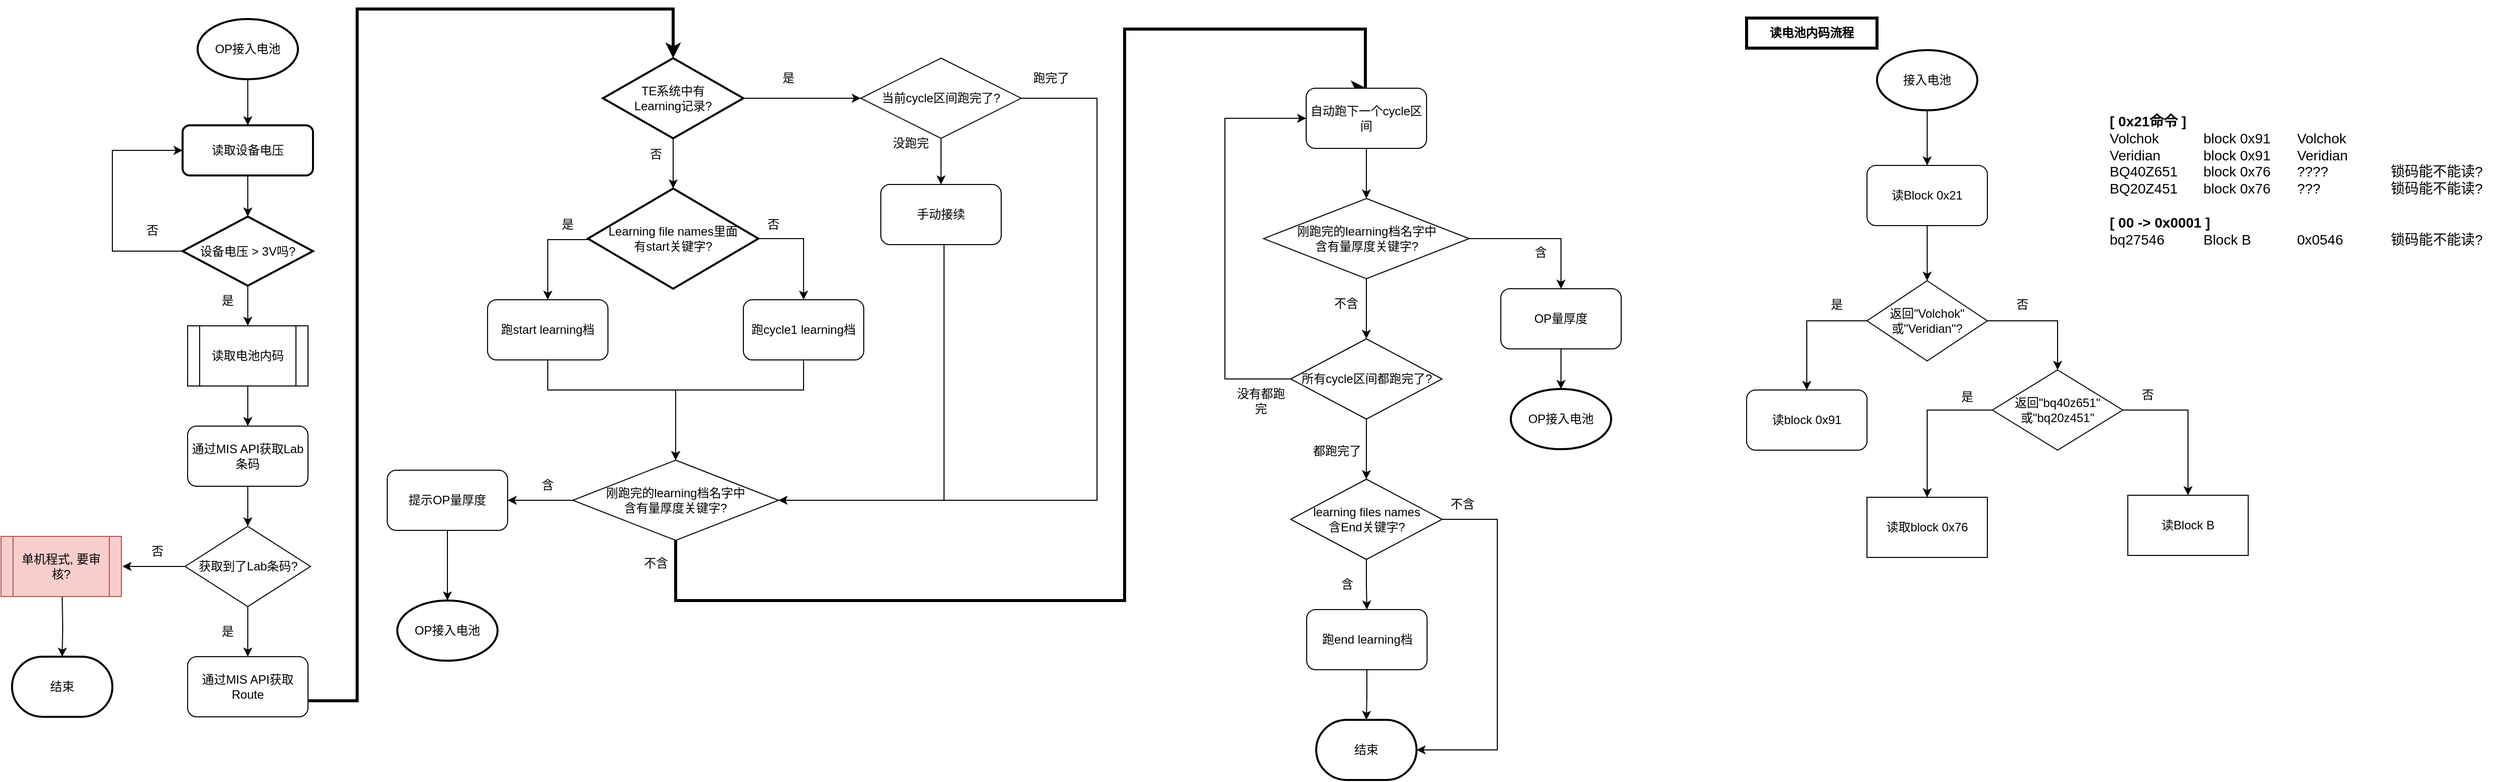
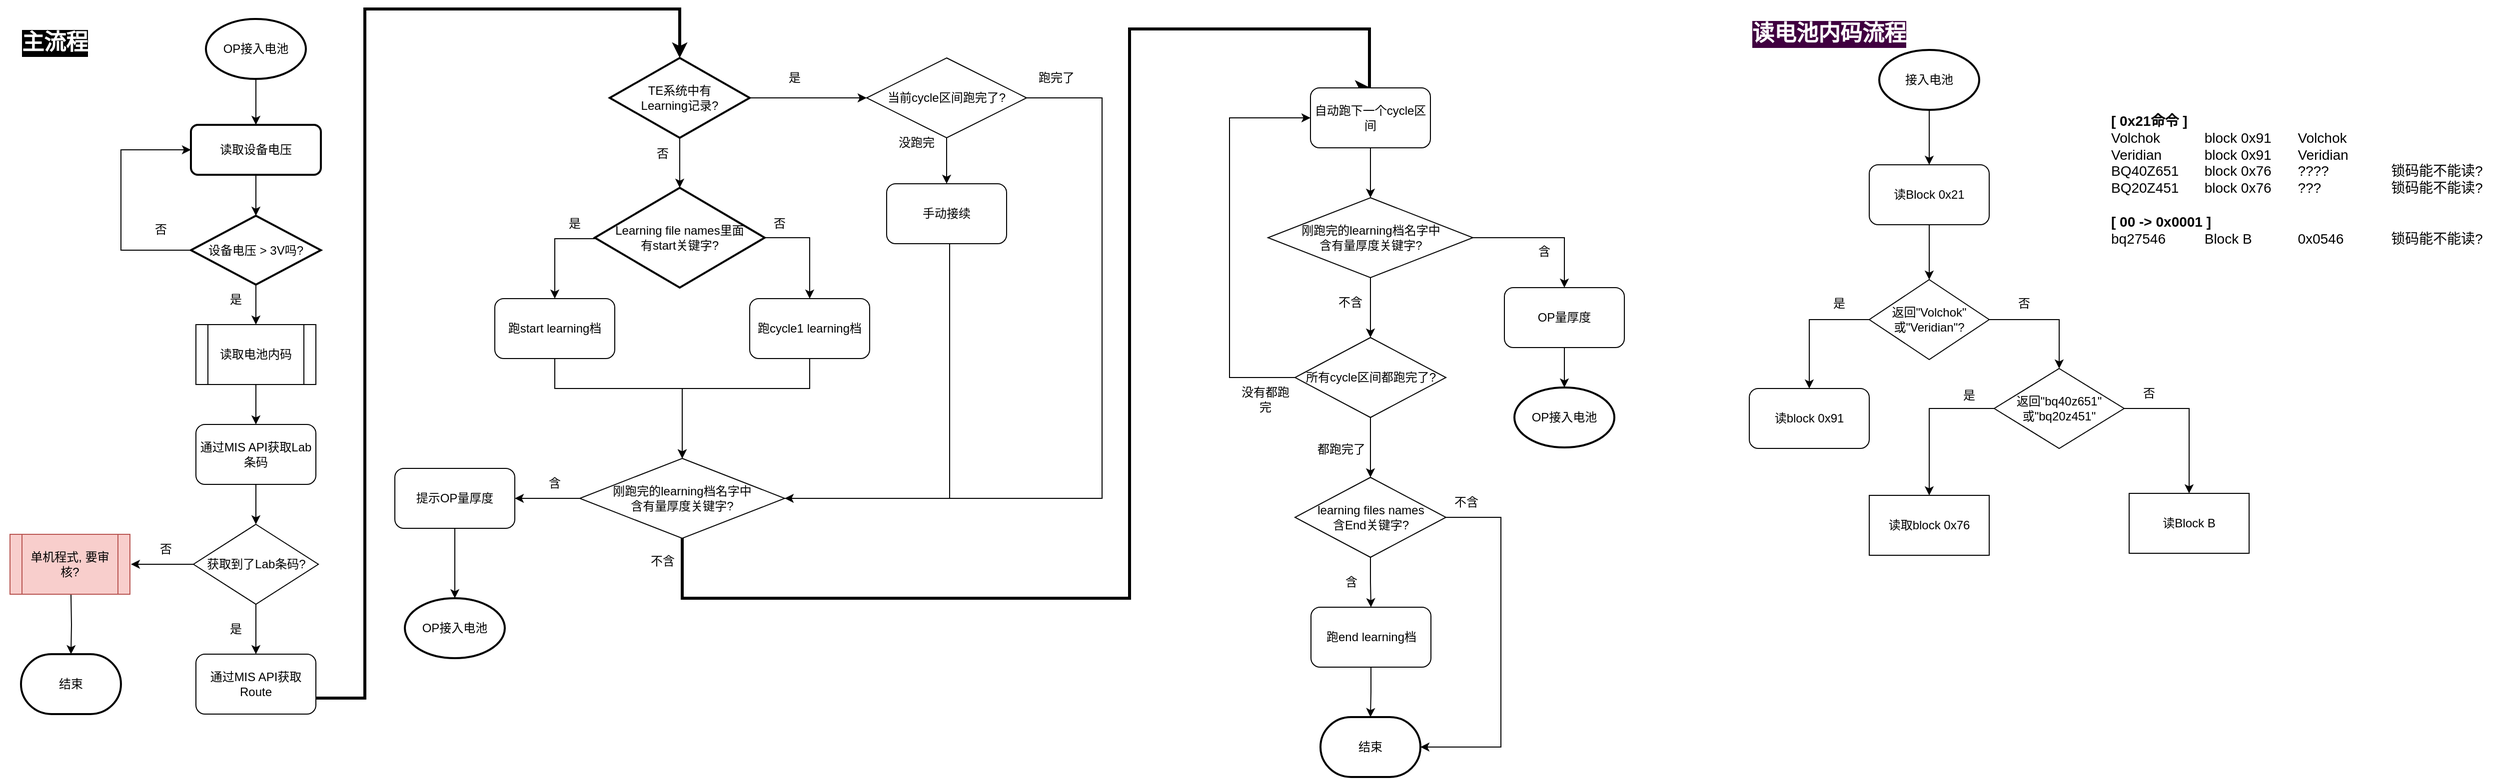
<mxfile host="app.diagrams.net">
  <diagram name="第 1 页" id="3HldnIOuQtLrwHUO-1mN">
    <mxGraphModel dx="1318" dy="774" grid="1" gridSize="10" guides="1" tooltips="1" connect="1" arrows="1" fold="1" page="1" pageScale="1" pageWidth="1169" pageHeight="827" background="#FFFFFF" math="0" shadow="0">
      <root>
        <mxCell id="0" />
        <mxCell id="1" parent="0" />
        <mxCell id="qRa3hty1LtdxE0hFs_0w-8" edge="1" parent="1" source="qRa3hty1LtdxE0hFs_0w-4" style="edgeStyle=orthogonalEdgeStyle;rounded=0;orthogonalLoop=1;jettySize=auto;html=1;" target="qRa3hty1LtdxE0hFs_0w-6" value="">
          <mxGeometry relative="1" as="geometry" />
        </mxCell>
        <mxCell id="qRa3hty1LtdxE0hFs_0w-4" parent="1" style="strokeWidth=2;html=1;shape=mxgraph.flowchart.start_1;whiteSpace=wrap;" value="OP接入电池" vertex="1">
          <mxGeometry height="60" width="100" x="216" y="20" as="geometry" />
        </mxCell>
        <mxCell id="qRa3hty1LtdxE0hFs_0w-9" edge="1" parent="1" source="qRa3hty1LtdxE0hFs_0w-6" style="edgeStyle=orthogonalEdgeStyle;rounded=0;orthogonalLoop=1;jettySize=auto;html=1;" target="qRa3hty1LtdxE0hFs_0w-7" value="">
          <mxGeometry relative="1" as="geometry" />
        </mxCell>
        <mxCell id="qRa3hty1LtdxE0hFs_0w-6" parent="1" style="rounded=1;whiteSpace=wrap;html=1;absoluteArcSize=1;arcSize=14;strokeWidth=2;" value="读取设备电压" vertex="1">
          <mxGeometry height="50" width="130" x="201" y="126" as="geometry" />
        </mxCell>
        <mxCell id="qRa3hty1LtdxE0hFs_0w-14" edge="1" parent="1" source="qRa3hty1LtdxE0hFs_0w-7" style="edgeStyle=orthogonalEdgeStyle;rounded=0;orthogonalLoop=1;jettySize=auto;html=1;" target="qRa3hty1LtdxE0hFs_0w-13" value="">
          <mxGeometry relative="1" as="geometry" />
        </mxCell>
        <mxCell id="qRa3hty1LtdxE0hFs_0w-25" edge="1" parent="1" source="qRa3hty1LtdxE0hFs_0w-7" style="edgeStyle=orthogonalEdgeStyle;rounded=0;orthogonalLoop=1;jettySize=auto;html=1;entryX=0;entryY=0.5;entryDx=0;entryDy=0;" target="qRa3hty1LtdxE0hFs_0w-6">
          <mxGeometry relative="1" as="geometry">
            <Array as="points">
              <mxPoint x="131" y="252" />
              <mxPoint x="131" y="151" />
            </Array>
            <mxPoint x="411" y="146" as="targetPoint" />
          </mxGeometry>
        </mxCell>
        <mxCell id="qRa3hty1LtdxE0hFs_0w-7" parent="1" style="strokeWidth=2;html=1;shape=mxgraph.flowchart.decision;whiteSpace=wrap;" value="设备电压 &amp;gt; 3V吗?" vertex="1">
          <mxGeometry height="69" width="130" x="201" y="217" as="geometry" />
        </mxCell>
        <mxCell id="qRa3hty1LtdxE0hFs_0w-11" parent="1" style="text;html=1;whiteSpace=wrap;strokeColor=none;fillColor=none;align=center;verticalAlign=middle;rounded=0;" value="&lt;div&gt;否&lt;/div&gt;" vertex="1">
          <mxGeometry height="30" width="60" x="141" y="216" as="geometry" />
        </mxCell>
        <mxCell id="qRa3hty1LtdxE0hFs_0w-12" parent="1" style="text;html=1;whiteSpace=wrap;strokeColor=none;fillColor=none;align=center;verticalAlign=middle;rounded=0;" value="&lt;div&gt;是&lt;/div&gt;" vertex="1">
          <mxGeometry height="30" width="60" x="216" y="286" as="geometry" />
        </mxCell>
        <mxCell id="qRa3hty1LtdxE0hFs_0w-16" edge="1" parent="1" source="qRa3hty1LtdxE0hFs_0w-13" style="edgeStyle=orthogonalEdgeStyle;rounded=0;orthogonalLoop=1;jettySize=auto;html=1;" target="qRa3hty1LtdxE0hFs_0w-15" value="">
          <mxGeometry relative="1" as="geometry" />
        </mxCell>
        <mxCell id="qRa3hty1LtdxE0hFs_0w-13" parent="1" style="shape=process;whiteSpace=wrap;html=1;backgroundOutline=1;" value="读取电池内码" vertex="1">
          <mxGeometry height="60" width="120" x="206" y="326" as="geometry" />
        </mxCell>
        <mxCell id="qRa3hty1LtdxE0hFs_0w-20" edge="1" parent="1" source="qRa3hty1LtdxE0hFs_0w-15" style="edgeStyle=orthogonalEdgeStyle;rounded=0;orthogonalLoop=1;jettySize=auto;html=1;" target="qRa3hty1LtdxE0hFs_0w-19" value="">
          <mxGeometry relative="1" as="geometry" />
        </mxCell>
        <mxCell id="qRa3hty1LtdxE0hFs_0w-15" parent="1" style="rounded=1;whiteSpace=wrap;html=1;" value="通过MIS API获取Lab条码" vertex="1">
          <mxGeometry height="60" width="120" x="206" y="426" as="geometry" />
        </mxCell>
        <mxCell id="qRa3hty1LtdxE0hFs_0w-31" edge="1" parent="1" source="qRa3hty1LtdxE0hFs_0w-17" style="edgeStyle=orthogonalEdgeStyle;rounded=0;orthogonalLoop=1;jettySize=auto;html=1;entryX=0.5;entryY=0;entryDx=0;entryDy=0;entryPerimeter=0;strokeWidth=3;" target="qRa3hty1LtdxE0hFs_0w-30" value="">
          <mxGeometry relative="1" as="geometry">
            <Array as="points">
              <mxPoint x="375" y="700" />
              <mxPoint x="375" y="10" />
              <mxPoint x="690" y="10" />
            </Array>
          </mxGeometry>
        </mxCell>
        <mxCell id="qRa3hty1LtdxE0hFs_0w-17" parent="1" style="rounded=1;whiteSpace=wrap;html=1;" value="通过MIS API获取Route" vertex="1">
          <mxGeometry height="60" width="120" x="206" y="656" as="geometry" />
        </mxCell>
        <mxCell id="qRa3hty1LtdxE0hFs_0w-21" edge="1" parent="1" source="qRa3hty1LtdxE0hFs_0w-19" style="edgeStyle=orthogonalEdgeStyle;rounded=0;orthogonalLoop=1;jettySize=auto;html=1;" target="qRa3hty1LtdxE0hFs_0w-17" value="">
          <mxGeometry relative="1" as="geometry" />
        </mxCell>
        <mxCell id="qRa3hty1LtdxE0hFs_0w-27" edge="1" parent="1" source="qRa3hty1LtdxE0hFs_0w-19" style="edgeStyle=orthogonalEdgeStyle;rounded=0;orthogonalLoop=1;jettySize=auto;html=1;" value="">
          <mxGeometry relative="1" as="geometry">
            <mxPoint x="141" y="566" as="targetPoint" />
          </mxGeometry>
        </mxCell>
        <mxCell id="qRa3hty1LtdxE0hFs_0w-19" parent="1" style="rhombus;whiteSpace=wrap;html=1;" value="获取到了Lab条码?" vertex="1">
          <mxGeometry height="80" width="125" x="203.5" y="526" as="geometry" />
        </mxCell>
        <mxCell id="qRa3hty1LtdxE0hFs_0w-22" parent="1" style="text;html=1;whiteSpace=wrap;strokeColor=none;fillColor=none;align=center;verticalAlign=middle;rounded=0;" value="是" vertex="1">
          <mxGeometry height="30" width="60" x="216" y="616" as="geometry" />
        </mxCell>
        <mxCell id="qRa3hty1LtdxE0hFs_0w-29" edge="1" parent="1" style="edgeStyle=orthogonalEdgeStyle;rounded=0;orthogonalLoop=1;jettySize=auto;html=1;" target="qRa3hty1LtdxE0hFs_0w-28" value="">
          <mxGeometry relative="1" as="geometry">
            <mxPoint x="81" y="596" as="sourcePoint" />
          </mxGeometry>
        </mxCell>
        <mxCell id="qRa3hty1LtdxE0hFs_0w-26" parent="1" style="shape=process;whiteSpace=wrap;html=1;backgroundOutline=1;fillColor=#f8cecc;strokeColor=#b85450;" value="单机程式, 要审核?" vertex="1">
          <mxGeometry height="60" width="120" x="20" y="536" as="geometry" />
        </mxCell>
        <mxCell id="qRa3hty1LtdxE0hFs_0w-28" parent="1" style="strokeWidth=2;html=1;shape=mxgraph.flowchart.terminator;whiteSpace=wrap;" value="结束" vertex="1">
          <mxGeometry height="60" width="100" x="31" y="656" as="geometry" />
        </mxCell>
        <mxCell id="qRa3hty1LtdxE0hFs_0w-34" edge="1" parent="1" source="qRa3hty1LtdxE0hFs_0w-30" style="edgeStyle=orthogonalEdgeStyle;rounded=0;orthogonalLoop=1;jettySize=auto;html=1;" target="qRa3hty1LtdxE0hFs_0w-33" value="">
          <mxGeometry relative="1" as="geometry" />
        </mxCell>
        <mxCell id="qRa3hty1LtdxE0hFs_0w-38" edge="1" parent="1" source="qRa3hty1LtdxE0hFs_0w-30" style="edgeStyle=orthogonalEdgeStyle;rounded=0;orthogonalLoop=1;jettySize=auto;html=1;" target="qRa3hty1LtdxE0hFs_0w-37" value="">
          <mxGeometry relative="1" as="geometry" />
        </mxCell>
        <mxCell id="qRa3hty1LtdxE0hFs_0w-30" parent="1" style="strokeWidth=2;html=1;shape=mxgraph.flowchart.decision;whiteSpace=wrap;" value="&lt;div&gt;TE系统中有&lt;/div&gt;&lt;div&gt;Learning记录?&lt;/div&gt;" vertex="1">
          <mxGeometry height="80" width="140" x="620" y="59" as="geometry" />
        </mxCell>
        <mxCell id="qRa3hty1LtdxE0hFs_0w-45" edge="1" parent="1" source="qRa3hty1LtdxE0hFs_0w-33" style="edgeStyle=orthogonalEdgeStyle;rounded=0;orthogonalLoop=1;jettySize=auto;html=1;" target="qRa3hty1LtdxE0hFs_0w-44" value="">
          <mxGeometry relative="1" as="geometry">
            <Array as="points">
              <mxPoint x="565" y="240" />
            </Array>
          </mxGeometry>
        </mxCell>
        <mxCell id="qRa3hty1LtdxE0hFs_0w-67" edge="1" parent="1" source="qRa3hty1LtdxE0hFs_0w-33" style="edgeStyle=orthogonalEdgeStyle;rounded=0;orthogonalLoop=1;jettySize=auto;html=1;entryX=0.5;entryY=0;entryDx=0;entryDy=0;exitX=1;exitY=0.5;exitDx=0;exitDy=0;exitPerimeter=0;" target="qRa3hty1LtdxE0hFs_0w-66">
          <mxGeometry relative="1" as="geometry" />
        </mxCell>
        <mxCell id="qRa3hty1LtdxE0hFs_0w-33" parent="1" style="strokeWidth=2;html=1;shape=mxgraph.flowchart.decision;whiteSpace=wrap;" value="&lt;div&gt;Learning file names里面&lt;/div&gt;&lt;div&gt;有start关键字?&lt;/div&gt;" vertex="1">
          <mxGeometry height="100" width="170" x="605" y="189" as="geometry" />
        </mxCell>
        <mxCell id="qRa3hty1LtdxE0hFs_0w-35" parent="1" style="text;html=1;whiteSpace=wrap;strokeColor=none;fillColor=none;align=center;verticalAlign=middle;rounded=0;" value="否" vertex="1">
          <mxGeometry height="30" width="60" x="642.5" y="140" as="geometry" />
        </mxCell>
        <mxCell id="qRa3hty1LtdxE0hFs_0w-36" parent="1" style="text;html=1;whiteSpace=wrap;strokeColor=none;fillColor=none;align=center;verticalAlign=middle;rounded=0;" value="是" vertex="1">
          <mxGeometry height="30" width="60" x="775" y="64" as="geometry" />
        </mxCell>
        <mxCell id="qRa3hty1LtdxE0hFs_0w-40" edge="1" parent="1" source="qRa3hty1LtdxE0hFs_0w-37" style="edgeStyle=orthogonalEdgeStyle;rounded=0;orthogonalLoop=1;jettySize=auto;html=1;" target="qRa3hty1LtdxE0hFs_0w-39" value="">
          <mxGeometry relative="1" as="geometry" />
        </mxCell>
        <mxCell id="qRa3hty1LtdxE0hFs_0w-115" edge="1" parent="1" style="edgeStyle=orthogonalEdgeStyle;rounded=0;orthogonalLoop=1;jettySize=auto;html=1;entryX=1;entryY=0.5;entryDx=0;entryDy=0;">
          <mxGeometry relative="1" as="geometry">
            <Array as="points">
              <mxPoint x="1112.5" y="99" />
              <mxPoint x="1112.5" y="500" />
            </Array>
            <mxPoint x="1022.5" y="99" as="sourcePoint" />
            <mxPoint x="767.5" y="500" as="targetPoint" />
          </mxGeometry>
        </mxCell>
        <mxCell id="qRa3hty1LtdxE0hFs_0w-37" parent="1" style="rhombus;whiteSpace=wrap;html=1;" value="当前cycle区间跑完了?" vertex="1">
          <mxGeometry height="80" width="160" x="877" y="59" as="geometry" />
        </mxCell>
        <mxCell id="qRa3hty1LtdxE0hFs_0w-74" edge="1" parent="1" source="qRa3hty1LtdxE0hFs_0w-39" style="edgeStyle=orthogonalEdgeStyle;rounded=0;orthogonalLoop=1;jettySize=auto;html=1;entryX=1;entryY=0.5;entryDx=0;entryDy=0;exitX=0.5;exitY=1;exitDx=0;exitDy=0;" target="qRa3hty1LtdxE0hFs_0w-49">
          <mxGeometry relative="1" as="geometry">
            <Array as="points">
              <mxPoint x="960" y="245" />
              <mxPoint x="960" y="500" />
            </Array>
            <mxPoint x="1005" y="240" as="sourcePoint" />
          </mxGeometry>
        </mxCell>
        <mxCell id="qRa3hty1LtdxE0hFs_0w-39" parent="1" style="rounded=1;whiteSpace=wrap;html=1;" value="手动接续" vertex="1">
          <mxGeometry height="60" width="120" x="897" y="185" as="geometry" />
        </mxCell>
        <mxCell id="qRa3hty1LtdxE0hFs_0w-41" parent="1" style="text;html=1;whiteSpace=wrap;strokeColor=none;fillColor=none;align=center;verticalAlign=middle;rounded=0;" value="没跑完" vertex="1">
          <mxGeometry height="30" width="60" x="897" y="129" as="geometry" />
        </mxCell>
        <mxCell id="qRa3hty1LtdxE0hFs_0w-71" edge="1" parent="1" source="qRa3hty1LtdxE0hFs_0w-44" style="edgeStyle=orthogonalEdgeStyle;rounded=0;orthogonalLoop=1;jettySize=auto;html=1;entryX=0.5;entryY=0;entryDx=0;entryDy=0;" target="qRa3hty1LtdxE0hFs_0w-49">
          <mxGeometry relative="1" as="geometry">
            <Array as="points">
              <mxPoint x="565" y="390" />
              <mxPoint x="693" y="390" />
            </Array>
          </mxGeometry>
        </mxCell>
        <mxCell id="qRa3hty1LtdxE0hFs_0w-44" parent="1" style="rounded=1;whiteSpace=wrap;html=1;" value="跑start learning档" vertex="1">
          <mxGeometry height="60" width="120" x="505" y="300" as="geometry" />
        </mxCell>
        <mxCell id="qRa3hty1LtdxE0hFs_0w-46" parent="1" style="text;html=1;whiteSpace=wrap;strokeColor=none;fillColor=none;align=center;verticalAlign=middle;rounded=0;" value="是" vertex="1">
          <mxGeometry height="30" width="60" x="555" y="210" as="geometry" />
        </mxCell>
        <mxCell id="qRa3hty1LtdxE0hFs_0w-52" edge="1" parent="1" source="qRa3hty1LtdxE0hFs_0w-49" style="edgeStyle=orthogonalEdgeStyle;rounded=0;orthogonalLoop=1;jettySize=auto;html=1;" target="qRa3hty1LtdxE0hFs_0w-51" value="">
          <mxGeometry relative="1" as="geometry" />
        </mxCell>
        <mxCell id="qRa3hty1LtdxE0hFs_0w-129" edge="1" parent="1" source="qRa3hty1LtdxE0hFs_0w-49" style="edgeStyle=orthogonalEdgeStyle;rounded=0;orthogonalLoop=1;jettySize=auto;html=1;entryX=0.5;entryY=0;entryDx=0;entryDy=0;exitX=0.5;exitY=1;exitDx=0;exitDy=0;strokeWidth=3;" target="qRa3hty1LtdxE0hFs_0w-55">
          <mxGeometry relative="1" as="geometry">
            <Array as="points">
              <mxPoint x="692" y="600" />
              <mxPoint x="1140" y="600" />
              <mxPoint x="1140" y="30" />
              <mxPoint x="1380" y="30" />
              <mxPoint x="1380" y="89" />
            </Array>
          </mxGeometry>
        </mxCell>
        <mxCell id="qRa3hty1LtdxE0hFs_0w-49" parent="1" style="rhombus;whiteSpace=wrap;html=1;" value="&lt;div&gt;刚跑完的learning档名字中&lt;/div&gt;&lt;div&gt;含有量厚度关键字?&lt;/div&gt;" vertex="1">
          <mxGeometry height="80" width="205" x="590" y="460" as="geometry" />
        </mxCell>
        <mxCell id="qRa3hty1LtdxE0hFs_0w-102" edge="1" parent="1" source="qRa3hty1LtdxE0hFs_0w-51" style="edgeStyle=orthogonalEdgeStyle;rounded=0;orthogonalLoop=1;jettySize=auto;html=1;" target="qRa3hty1LtdxE0hFs_0w-101" value="">
          <mxGeometry relative="1" as="geometry" />
        </mxCell>
        <mxCell id="qRa3hty1LtdxE0hFs_0w-51" parent="1" style="rounded=1;whiteSpace=wrap;html=1;" value="提示OP量厚度" vertex="1">
          <mxGeometry height="60" width="120" x="405" y="470" as="geometry" />
        </mxCell>
        <mxCell id="qRa3hty1LtdxE0hFs_0w-53" parent="1" style="text;html=1;whiteSpace=wrap;strokeColor=none;fillColor=none;align=center;verticalAlign=middle;rounded=0;" value="&lt;div&gt;含&lt;/div&gt;" vertex="1">
          <mxGeometry height="30" width="60" x="535" y="470" as="geometry" />
        </mxCell>
        <mxCell id="qRa3hty1LtdxE0hFs_0w-130" edge="1" parent="1" source="qRa3hty1LtdxE0hFs_0w-55" style="edgeStyle=orthogonalEdgeStyle;rounded=0;orthogonalLoop=1;jettySize=auto;html=1;" target="qRa3hty1LtdxE0hFs_0w-88" value="">
          <mxGeometry relative="1" as="geometry" />
        </mxCell>
        <mxCell id="qRa3hty1LtdxE0hFs_0w-55" parent="1" style="rounded=1;whiteSpace=wrap;html=1;" value="自动跑下一个cycle区间" vertex="1">
          <mxGeometry height="60" width="120" x="1321" y="89" as="geometry" />
        </mxCell>
        <mxCell id="qRa3hty1LtdxE0hFs_0w-57" parent="1" style="text;html=1;whiteSpace=wrap;strokeColor=none;fillColor=none;align=center;verticalAlign=middle;rounded=0;" value="否" vertex="1">
          <mxGeometry height="30" width="60" x="146" y="536" as="geometry" />
        </mxCell>
        <mxCell id="qRa3hty1LtdxE0hFs_0w-58" parent="1" style="text;html=1;whiteSpace=wrap;strokeColor=none;fillColor=none;align=center;verticalAlign=middle;rounded=0;" value="跑完了" vertex="1">
          <mxGeometry height="30" width="60" x="1037" y="64" as="geometry" />
        </mxCell>
        <mxCell id="qRa3hty1LtdxE0hFs_0w-73" edge="1" parent="1" source="qRa3hty1LtdxE0hFs_0w-66" style="edgeStyle=orthogonalEdgeStyle;rounded=0;orthogonalLoop=1;jettySize=auto;html=1;entryX=0.5;entryY=0;entryDx=0;entryDy=0;" target="qRa3hty1LtdxE0hFs_0w-49">
          <mxGeometry relative="1" as="geometry">
            <Array as="points">
              <mxPoint x="820" y="390" />
              <mxPoint x="693" y="390" />
            </Array>
          </mxGeometry>
        </mxCell>
        <mxCell id="qRa3hty1LtdxE0hFs_0w-66" parent="1" style="rounded=1;whiteSpace=wrap;html=1;" value="跑cycle1 learning档" vertex="1">
          <mxGeometry height="60" width="120" x="760" y="300" as="geometry" />
        </mxCell>
        <mxCell id="qRa3hty1LtdxE0hFs_0w-68" parent="1" style="text;html=1;whiteSpace=wrap;strokeColor=none;fillColor=none;align=center;verticalAlign=middle;rounded=0;" value="否" vertex="1">
          <mxGeometry height="30" width="60" x="760" y="210" as="geometry" />
        </mxCell>
        <mxCell id="qRa3hty1LtdxE0hFs_0w-75" parent="1" style="text;html=1;whiteSpace=wrap;strokeColor=none;fillColor=none;align=center;verticalAlign=middle;rounded=0;" value="不含" vertex="1">
          <mxGeometry height="30" width="60" x="642.5" y="548" as="geometry" />
        </mxCell>
        <mxCell id="qRa3hty1LtdxE0hFs_0w-132" edge="1" parent="1" source="qRa3hty1LtdxE0hFs_0w-88" style="edgeStyle=orthogonalEdgeStyle;rounded=0;orthogonalLoop=1;jettySize=auto;html=1;" target="qRa3hty1LtdxE0hFs_0w-91" value="">
          <mxGeometry relative="1" as="geometry" />
        </mxCell>
        <mxCell id="qRa3hty1LtdxE0hFs_0w-134" edge="1" parent="1" source="qRa3hty1LtdxE0hFs_0w-88" style="edgeStyle=orthogonalEdgeStyle;rounded=0;orthogonalLoop=1;jettySize=auto;html=1;" target="qRa3hty1LtdxE0hFs_0w-107" value="">
          <mxGeometry relative="1" as="geometry" />
        </mxCell>
        <mxCell id="qRa3hty1LtdxE0hFs_0w-88" parent="1" style="rhombus;whiteSpace=wrap;html=1;" value="&lt;div&gt;刚跑完的learning档名字中&lt;/div&gt;&lt;div&gt;含有量厚度关键字?&lt;/div&gt;" vertex="1">
          <mxGeometry height="80" width="205" x="1278.5" y="199" as="geometry" />
        </mxCell>
        <mxCell id="qRa3hty1LtdxE0hFs_0w-104" edge="1" parent="1" source="qRa3hty1LtdxE0hFs_0w-91" style="edgeStyle=orthogonalEdgeStyle;rounded=0;orthogonalLoop=1;jettySize=auto;html=1;" target="qRa3hty1LtdxE0hFs_0w-103" value="">
          <mxGeometry relative="1" as="geometry" />
        </mxCell>
        <mxCell id="qRa3hty1LtdxE0hFs_0w-91" parent="1" style="rounded=1;whiteSpace=wrap;html=1;" value="OP量厚度" vertex="1">
          <mxGeometry height="60" width="120" x="1515" y="289" as="geometry" />
        </mxCell>
        <mxCell id="qRa3hty1LtdxE0hFs_0w-93" parent="1" style="text;html=1;whiteSpace=wrap;strokeColor=none;fillColor=none;align=center;verticalAlign=middle;rounded=0;" value="含" vertex="1">
          <mxGeometry height="30" width="60" x="1525" y="238" as="geometry" />
        </mxCell>
        <mxCell id="qRa3hty1LtdxE0hFs_0w-95" parent="1" style="text;html=1;whiteSpace=wrap;strokeColor=none;fillColor=none;align=center;verticalAlign=middle;rounded=0;" value="不含" vertex="1">
          <mxGeometry height="30" width="60" x="1331" y="289" as="geometry" />
        </mxCell>
        <mxCell id="qRa3hty1LtdxE0hFs_0w-101" parent="1" style="strokeWidth=2;html=1;shape=mxgraph.flowchart.start_1;whiteSpace=wrap;" value="OP接入电池" vertex="1">
          <mxGeometry height="60" width="100" x="415" y="600" as="geometry" />
        </mxCell>
        <mxCell id="qRa3hty1LtdxE0hFs_0w-103" parent="1" style="strokeWidth=2;html=1;shape=mxgraph.flowchart.start_1;whiteSpace=wrap;" value="OP接入电池" vertex="1">
          <mxGeometry height="60" width="100" x="1525" y="389" as="geometry" />
        </mxCell>
        <mxCell id="qRa3hty1LtdxE0hFs_0w-118" edge="1" parent="1" source="qRa3hty1LtdxE0hFs_0w-107" style="edgeStyle=orthogonalEdgeStyle;rounded=0;orthogonalLoop=1;jettySize=auto;html=1;" target="qRa3hty1LtdxE0hFs_0w-117" value="">
          <mxGeometry relative="1" as="geometry" />
        </mxCell>
        <mxCell id="qRa3hty1LtdxE0hFs_0w-135" edge="1" parent="1" source="qRa3hty1LtdxE0hFs_0w-107" style="edgeStyle=orthogonalEdgeStyle;rounded=0;orthogonalLoop=1;jettySize=auto;html=1;entryX=0;entryY=0.5;entryDx=0;entryDy=0;" target="qRa3hty1LtdxE0hFs_0w-55">
          <mxGeometry relative="1" as="geometry">
            <Array as="points">
              <mxPoint x="1240" y="379" />
              <mxPoint x="1240" y="119" />
            </Array>
            <mxPoint x="1250" y="140" as="targetPoint" />
          </mxGeometry>
        </mxCell>
        <mxCell id="qRa3hty1LtdxE0hFs_0w-107" parent="1" style="rhombus;whiteSpace=wrap;html=1;" value="所有cycle区间都跑完了?" vertex="1">
          <mxGeometry height="80" width="151" x="1305.5" y="339" as="geometry" />
        </mxCell>
        <mxCell id="qRa3hty1LtdxE0hFs_0w-111" parent="1" style="text;html=1;whiteSpace=wrap;strokeColor=none;fillColor=none;align=center;verticalAlign=middle;rounded=0;" value="没有都跑完" vertex="1">
          <mxGeometry height="30" width="60" x="1245.5" y="386" as="geometry" />
        </mxCell>
        <mxCell id="qRa3hty1LtdxE0hFs_0w-112" parent="1" style="strokeWidth=2;html=1;shape=mxgraph.flowchart.terminator;whiteSpace=wrap;" value="结束" vertex="1">
          <mxGeometry height="60" width="100" x="1331" y="719" as="geometry" />
        </mxCell>
        <mxCell id="qRa3hty1LtdxE0hFs_0w-114" parent="1" style="text;html=1;whiteSpace=wrap;strokeColor=none;fillColor=none;align=center;verticalAlign=middle;rounded=0;" value="都跑完了" vertex="1">
          <mxGeometry height="30" width="60" x="1322" y="436" as="geometry" />
        </mxCell>
        <mxCell id="qRa3hty1LtdxE0hFs_0w-122" edge="1" parent="1" source="qRa3hty1LtdxE0hFs_0w-117" style="edgeStyle=orthogonalEdgeStyle;rounded=0;orthogonalLoop=1;jettySize=auto;html=1;" target="qRa3hty1LtdxE0hFs_0w-120" value="">
          <mxGeometry relative="1" as="geometry" />
        </mxCell>
        <mxCell id="qRa3hty1LtdxE0hFs_0w-117" parent="1" style="rhombus;whiteSpace=wrap;html=1;" value="&lt;div&gt;learning files names&lt;/div&gt;&lt;div&gt;含End关键字?&lt;/div&gt;" vertex="1">
          <mxGeometry height="80" width="151" x="1305.5" y="479" as="geometry" />
        </mxCell>
        <mxCell id="qRa3hty1LtdxE0hFs_0w-121" edge="1" parent="1" source="qRa3hty1LtdxE0hFs_0w-120" style="edgeStyle=orthogonalEdgeStyle;rounded=0;orthogonalLoop=1;jettySize=auto;html=1;" target="qRa3hty1LtdxE0hFs_0w-112" value="">
          <mxGeometry relative="1" as="geometry" />
        </mxCell>
        <mxCell id="qRa3hty1LtdxE0hFs_0w-120" parent="1" style="rounded=1;whiteSpace=wrap;html=1;" value="跑end learning档" vertex="1">
          <mxGeometry height="60" width="120" x="1321.5" y="609" as="geometry" />
        </mxCell>
        <mxCell id="qRa3hty1LtdxE0hFs_0w-123" parent="1" style="text;html=1;whiteSpace=wrap;strokeColor=none;fillColor=none;align=center;verticalAlign=middle;rounded=0;" value="含" vertex="1">
          <mxGeometry height="30" width="60" x="1331.5" y="569" as="geometry" />
        </mxCell>
        <mxCell id="qRa3hty1LtdxE0hFs_0w-124" edge="1" parent="1" source="qRa3hty1LtdxE0hFs_0w-117" style="edgeStyle=orthogonalEdgeStyle;rounded=0;orthogonalLoop=1;jettySize=auto;html=1;entryX=1;entryY=0.5;entryDx=0;entryDy=0;entryPerimeter=0;" target="qRa3hty1LtdxE0hFs_0w-112">
          <mxGeometry relative="1" as="geometry">
            <Array as="points">
              <mxPoint x="1511.5" y="519" />
              <mxPoint x="1511.5" y="749" />
            </Array>
          </mxGeometry>
        </mxCell>
        <mxCell id="qRa3hty1LtdxE0hFs_0w-125" parent="1" style="text;html=1;whiteSpace=wrap;strokeColor=none;fillColor=none;align=center;verticalAlign=middle;rounded=0;" value="不含" vertex="1">
          <mxGeometry height="30" width="60" x="1446.5" y="489" as="geometry" />
        </mxCell>
        <mxCell id="PsBZDfwHha2lWDHOalyY-6" edge="1" parent="1" source="qRa3hty1LtdxE0hFs_0w-136" style="edgeStyle=orthogonalEdgeStyle;rounded=0;orthogonalLoop=1;jettySize=auto;html=1;" target="PsBZDfwHha2lWDHOalyY-3" value="">
          <mxGeometry relative="1" as="geometry" />
        </mxCell>
        <mxCell id="qRa3hty1LtdxE0hFs_0w-136" parent="1" style="strokeWidth=2;html=1;shape=mxgraph.flowchart.start_1;whiteSpace=wrap;" value="接入电池" vertex="1">
          <mxGeometry height="60" width="100" x="1890" y="51" as="geometry" />
        </mxCell>
-         <mxCell id="PsBZDfwHha2lWDHOalyY-1" parent="1" style="text;html=1;whiteSpace=wrap;strokeColor=default;fillColor=none;align=center;verticalAlign=middle;rounded=0;fontStyle=1;strokeWidth=3;" value="读电池内码流程" vertex="1">
-           <mxGeometry height="30" width="130" x="1760" y="19" as="geometry" />
+         <mxCell id="PsBZDfwHha2lWDHOalyY-1" parent="1" style="text;html=1;whiteSpace=wrap;strokeColor=none;fillColor=none;align=center;verticalAlign=middle;rounded=0;fontStyle=1;strokeWidth=3;labelBackgroundColor=light-dark(#400040, #ededed);fontColor=light-dark(#ffffff, #ededed);fontSize=22;" value="读电池内码流程" vertex="1">
+           <mxGeometry height="30" width="200" x="1740" y="20" as="geometry" />
        </mxCell>
        <mxCell id="PsBZDfwHha2lWDHOalyY-2" parent="1" style="text;html=1;whiteSpace=wrap;strokeColor=none;fillColor=none;align=left;verticalAlign=top;rounded=0;fontSize=14;" value="&lt;div&gt;&lt;b&gt;[ 0x21命令 ]&lt;/b&gt;&lt;/div&gt;&lt;div&gt;Volchok&lt;span style=&quot;white-space: pre;&quot;&gt;&#x9;&lt;/span&gt;&lt;span style=&quot;white-space: pre;&quot;&gt;&#x9;&lt;/span&gt;block 0x91&lt;span style=&quot;white-space: pre;&quot;&gt;&#x9;&lt;/span&gt;Volchok&lt;/div&gt;&lt;div&gt;Veridian&lt;span style=&quot;white-space: pre;&quot;&gt;&lt;span style=&quot;white-space: pre;&quot;&gt;&#x9;&lt;/span&gt;&lt;span style=&quot;white-space: pre;&quot;&gt;&#x9;&lt;/span&gt;block 0x91&#x9;Veridian&lt;/span&gt;&lt;/div&gt;&lt;div&gt;BQ40Z651&lt;span style=&quot;white-space: pre;&quot;&gt;&#x9;block 0x76&lt;/span&gt;&lt;span style=&quot;white-space: pre;&quot;&gt;&#x9;????&lt;span style=&quot;white-space: pre;&quot;&gt;&#x9;&lt;/span&gt;&lt;span style=&quot;white-space: pre;&quot;&gt;&#x9;&lt;/span&gt;锁码能不能读?&lt;/span&gt;&lt;/div&gt;&lt;div&gt;&lt;span style=&quot;white-space: pre;&quot;&gt;BQ20Z451&lt;span style=&quot;white-space: pre;&quot;&gt;&#x9;&lt;/span&gt;block 0x76&lt;span style=&quot;white-space: pre;&quot;&gt;&#x9;???&lt;span style=&quot;white-space: pre;&quot;&gt;&#x9;&lt;/span&gt;&lt;span style=&quot;white-space: pre;&quot;&gt;&#x9;&lt;/span&gt;&lt;span style=&quot;white-space: pre;&quot;&gt;&#x9;&lt;/span&gt;锁码能不能读?&lt;/span&gt;&lt;/span&gt;&lt;/div&gt;&lt;div&gt;&lt;br&gt;&lt;/div&gt;&lt;div&gt;&lt;b&gt;[ 00 -&amp;gt; 0x0001 ]&lt;/b&gt;&lt;/div&gt;&lt;div&gt;bq27546&lt;span style=&quot;white-space: pre;&quot;&gt;&#x9;&lt;/span&gt;&lt;span style=&quot;white-space: pre;&quot;&gt;&#x9;Block B&lt;span style=&quot;white-space: pre;&quot;&gt;&#x9;&lt;/span&gt;&lt;span style=&quot;white-space: pre;&quot;&gt;&#x9;&lt;/span&gt;0x0546&lt;span style=&quot;white-space: pre;&quot;&gt;&#x9;&lt;/span&gt;&lt;span style=&quot;white-space: pre;&quot;&gt;&#x9;&lt;/span&gt;锁码能不能读?&lt;/span&gt;&lt;/div&gt;&lt;div&gt;&lt;br&gt;&lt;/div&gt;" vertex="1">
          <mxGeometry height="174.5" width="390" x="2120" y="106.5" as="geometry" />
        </mxCell>
        <mxCell id="PsBZDfwHha2lWDHOalyY-7" edge="1" parent="1" source="PsBZDfwHha2lWDHOalyY-3" style="edgeStyle=orthogonalEdgeStyle;rounded=0;orthogonalLoop=1;jettySize=auto;html=1;" target="PsBZDfwHha2lWDHOalyY-5" value="">
          <mxGeometry relative="1" as="geometry" />
        </mxCell>
        <mxCell id="PsBZDfwHha2lWDHOalyY-3" parent="1" style="rounded=1;whiteSpace=wrap;html=1;" value="读Block 0x21" vertex="1">
          <mxGeometry height="60" width="120" x="1880" y="166" as="geometry" />
        </mxCell>
        <mxCell id="PsBZDfwHha2lWDHOalyY-27" edge="1" parent="1" source="PsBZDfwHha2lWDHOalyY-5" style="edgeStyle=orthogonalEdgeStyle;rounded=0;orthogonalLoop=1;jettySize=auto;html=1;" target="PsBZDfwHha2lWDHOalyY-26" value="">
          <mxGeometry relative="1" as="geometry" />
        </mxCell>
        <mxCell id="PsBZDfwHha2lWDHOalyY-35" edge="1" parent="1" source="PsBZDfwHha2lWDHOalyY-5" style="edgeStyle=orthogonalEdgeStyle;rounded=0;orthogonalLoop=1;jettySize=auto;html=1;entryX=0.5;entryY=0;entryDx=0;entryDy=0;" target="PsBZDfwHha2lWDHOalyY-12">
          <mxGeometry relative="1" as="geometry">
            <Array as="points">
              <mxPoint x="1820" y="321" />
            </Array>
          </mxGeometry>
        </mxCell>
        <mxCell id="PsBZDfwHha2lWDHOalyY-5" parent="1" style="rhombus;whiteSpace=wrap;html=1;" value="&lt;div&gt;返回&quot;Volchok&quot;&lt;/div&gt;&lt;div&gt;或&quot;Veridian&quot;?&lt;/div&gt;" vertex="1">
          <mxGeometry height="80" width="120" x="1880" y="281" as="geometry" />
        </mxCell>
        <mxCell id="PsBZDfwHha2lWDHOalyY-12" parent="1" style="rounded=1;whiteSpace=wrap;html=1;" value="读block 0x91" vertex="1">
          <mxGeometry height="60" width="120" x="1760" y="390" as="geometry" />
        </mxCell>
        <mxCell id="PsBZDfwHha2lWDHOalyY-14" parent="1" style="text;html=1;whiteSpace=wrap;strokeColor=none;fillColor=none;align=center;verticalAlign=middle;rounded=0;" value="是" vertex="1">
          <mxGeometry height="30" width="60" x="1820" y="290" as="geometry" />
        </mxCell>
        <mxCell id="PsBZDfwHha2lWDHOalyY-29" edge="1" parent="1" source="PsBZDfwHha2lWDHOalyY-26" style="edgeStyle=orthogonalEdgeStyle;rounded=0;orthogonalLoop=1;jettySize=auto;html=1;" target="PsBZDfwHha2lWDHOalyY-28" value="">
          <mxGeometry relative="1" as="geometry" />
        </mxCell>
        <mxCell id="PsBZDfwHha2lWDHOalyY-32" edge="1" parent="1" source="PsBZDfwHha2lWDHOalyY-26" style="edgeStyle=orthogonalEdgeStyle;rounded=0;orthogonalLoop=1;jettySize=auto;html=1;" target="PsBZDfwHha2lWDHOalyY-31" value="">
          <mxGeometry relative="1" as="geometry" />
        </mxCell>
        <mxCell id="PsBZDfwHha2lWDHOalyY-26" parent="1" style="rhombus;whiteSpace=wrap;html=1;" value="&lt;div&gt;返回&quot;bq40z651&quot;&lt;/div&gt;&lt;div&gt;或&quot;bq20z451&quot;&lt;/div&gt;" vertex="1">
          <mxGeometry height="80" width="130" x="2005" y="370" as="geometry" />
        </mxCell>
        <mxCell id="PsBZDfwHha2lWDHOalyY-28" parent="1" style="whiteSpace=wrap;html=1;" value="读取block 0x76" vertex="1">
          <mxGeometry height="60" width="120" x="1880" y="497" as="geometry" />
        </mxCell>
        <mxCell id="PsBZDfwHha2lWDHOalyY-30" parent="1" style="text;html=1;whiteSpace=wrap;strokeColor=none;fillColor=none;align=center;verticalAlign=middle;rounded=0;" value="是" vertex="1">
          <mxGeometry height="30" width="60" x="1950" y="382" as="geometry" />
        </mxCell>
        <mxCell id="PsBZDfwHha2lWDHOalyY-31" parent="1" style="whiteSpace=wrap;html=1;" value="读Block B" vertex="1">
          <mxGeometry height="60" width="120" x="2140" y="495" as="geometry" />
        </mxCell>
        <mxCell id="PsBZDfwHha2lWDHOalyY-33" parent="1" style="text;html=1;whiteSpace=wrap;strokeColor=none;fillColor=none;align=center;verticalAlign=middle;rounded=0;" value="否" vertex="1">
          <mxGeometry height="30" width="60" x="2005" y="290" as="geometry" />
        </mxCell>
        <mxCell id="PsBZDfwHha2lWDHOalyY-34" parent="1" style="text;html=1;whiteSpace=wrap;strokeColor=none;fillColor=none;align=center;verticalAlign=middle;rounded=0;" value="否" vertex="1">
          <mxGeometry height="30" width="60" x="2130" y="380" as="geometry" />
+         </mxCell>
+         <mxCell id="PsBZDfwHha2lWDHOalyY-36" parent="1" style="text;html=1;whiteSpace=wrap;strokeColor=none;fillColor=none;align=center;verticalAlign=middle;rounded=0;fontStyle=1;fontSize=22;fontColor=light-dark(#ffffff, #ededed);strokeWidth=3;labelBackgroundColor=#000000;" value="主流程" vertex="1">
+           <mxGeometry height="30" width="110" x="10" y="29" as="geometry" />
        </mxCell>
      </root>
    </mxGraphModel>
  </diagram>
</mxfile>
